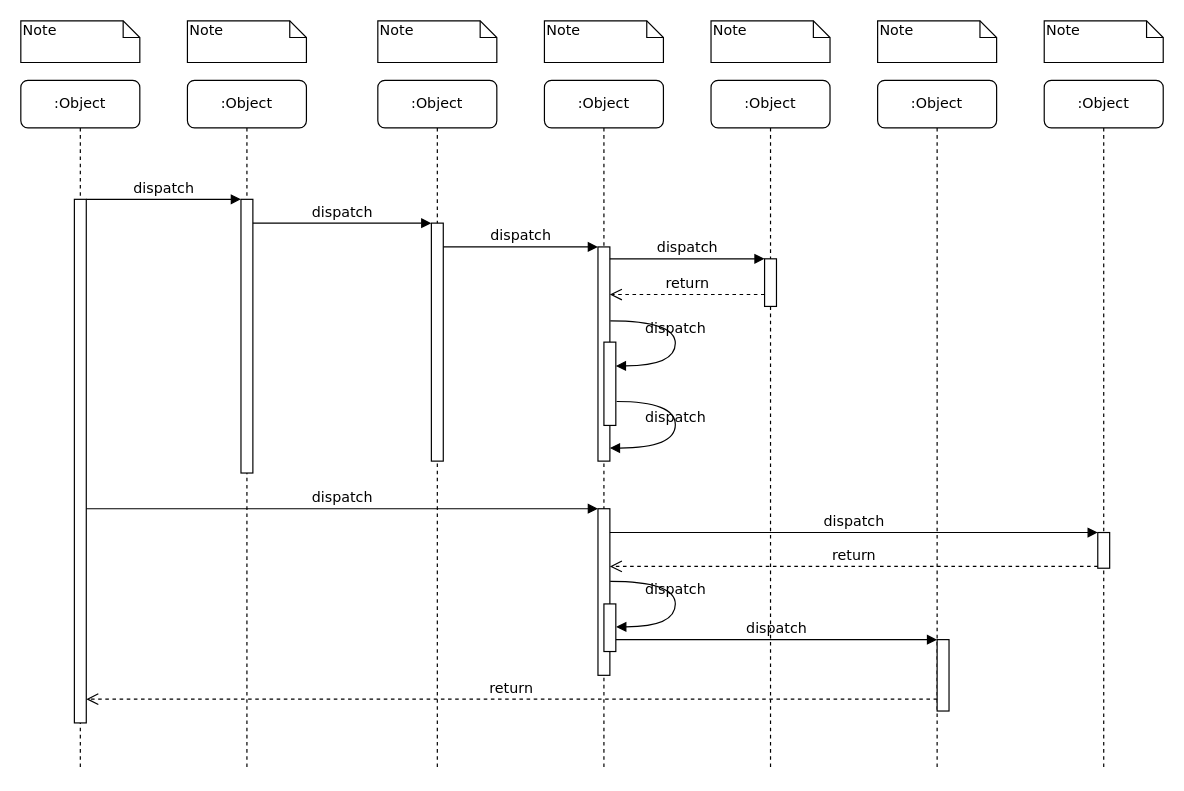
The draw.io diagram 未命名绘图.drawio in wavely27/cloc, before the edit. Source tidied: cells renumbered, new cells numbered last; positions are measured from the earlier drawing's top-left corner, leaving out a move shared by most shapes. Both pictures are drawn from the tidied source at 119%, with x=0, y=0 at pixel (20, 20).
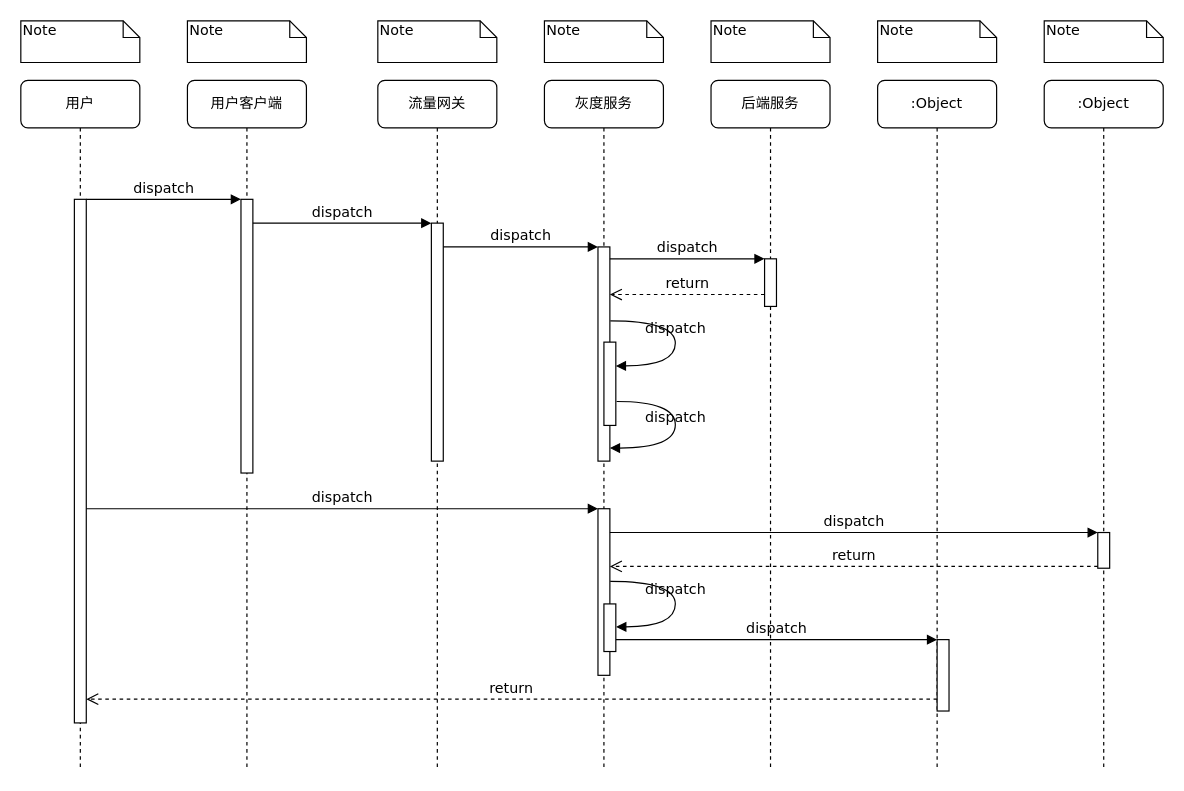
The same diagram, later.

Commit message:
前端灰度时序图.drawio

Change to the diagram source:
```diff
@@
-    <mxCell id="2" value=":Object" style="shape=umlLifeline;perimeter=lifelinePerimeter;whiteSpace=wrap;html=1;rounded=1;shadow=0;comic=0;labelBackgroundColor=none;strokeWidth=1;fontFamily=Verdana;fontSize=12;align=center;" parent="1" vertex="1">
+    <mxCell id="2" value="用户客户端" style="shape=umlLifeline;perimeter=lifelinePerimeter;whiteSpace=wrap;html=1;rounded=1;shadow=0;comic=0;labelBackgroundColor=none;strokeWidth=1;fontFamily=Verdana;fontSize=12;align=center;" parent="1" vertex="1">
       <mxGeometry x="140" y="50" width="100" height="580" as="geometry" />
     </mxCell>
@@
-    <mxCell id="4" value=":Object" style="shape=umlLifeline;perimeter=lifelinePerimeter;whiteSpace=wrap;html=1;rounded=1;shadow=0;comic=0;labelBackgroundColor=none;strokeWidth=1;fontFamily=Verdana;fontSize=12;align=center;" parent="1" vertex="1">
+    <mxCell id="4" value="流量网关" style="shape=umlLifeline;perimeter=lifelinePerimeter;whiteSpace=wrap;html=1;rounded=1;shadow=0;comic=0;labelBackgroundColor=none;strokeWidth=1;fontFamily=Verdana;fontSize=12;align=center;" parent="1" vertex="1">
       <mxGeometry x="300" y="50" width="100" height="580" as="geometry" />
     </mxCell>
@@
-    <mxCell id="6" value=":Object" style="shape=umlLifeline;perimeter=lifelinePerimeter;whiteSpace=wrap;html=1;rounded=1;shadow=0;comic=0;labelBackgroundColor=none;strokeWidth=1;fontFamily=Verdana;fontSize=12;align=center;" parent="1" vertex="1">
+    <mxCell id="6" value="灰度服务" style="shape=umlLifeline;perimeter=lifelinePerimeter;whiteSpace=wrap;html=1;rounded=1;shadow=0;comic=0;labelBackgroundColor=none;strokeWidth=1;fontFamily=Verdana;fontSize=12;align=center;" parent="1" vertex="1">
       <mxGeometry x="440" y="50" width="100" height="580" as="geometry" />
     </mxCell>
-    <mxCell id="7" value=":Object" style="shape=umlLifeline;perimeter=lifelinePerimeter;whiteSpace=wrap;html=1;rounded=1;shadow=0;comic=0;labelBackgroundColor=none;strokeWidth=1;fontFamily=Verdana;fontSize=12;align=center;" parent="1" vertex="1">
+    <mxCell id="7" value="后端服务" style="shape=umlLifeline;perimeter=lifelinePerimeter;whiteSpace=wrap;html=1;rounded=1;shadow=0;comic=0;labelBackgroundColor=none;strokeWidth=1;fontFamily=Verdana;fontSize=12;align=center;" parent="1" vertex="1">
       <mxGeometry x="580" y="50" width="100" height="580" as="geometry" />
     </mxCell>
@@
-    <mxCell id="10" value=":Object" style="shape=umlLifeline;perimeter=lifelinePerimeter;whiteSpace=wrap;html=1;rounded=1;shadow=0;comic=0;labelBackgroundColor=none;strokeWidth=1;fontFamily=Verdana;fontSize=12;align=center;" parent="1" vertex="1">
+    <mxCell id="10" value="用户" style="shape=umlLifeline;perimeter=lifelinePerimeter;whiteSpace=wrap;html=1;rounded=1;shadow=0;comic=0;labelBackgroundColor=none;strokeWidth=1;fontFamily=Verdana;fontSize=12;align=center;" parent="1" vertex="1">
       <mxGeometry y="50" width="100" height="580" as="geometry" />
     </mxCell>
```
